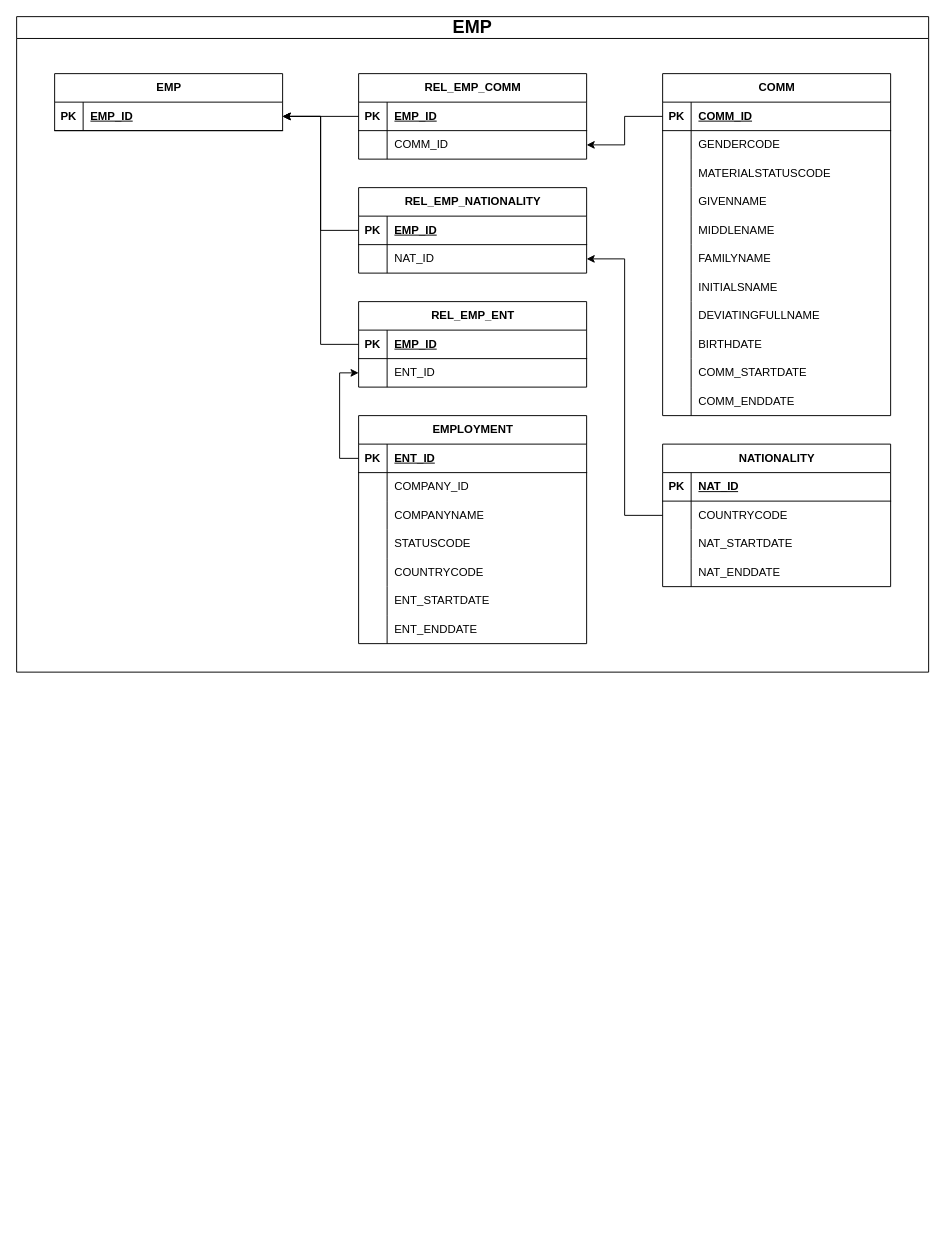
Before: page "DDS by EMP" (3 of 3) of HR_dataflow.drawio.xml in NEgorE/I1_CSC, a draw.io diagram. Source tidied: cells renumbered, new cells numbered last; positions are measured from the earlier drawing's top-left corner, leaving out a move shared by most shapes. Both pictures are drawn from the tidied source at 95%, with x=0, y=0 at pixel (16, 16).
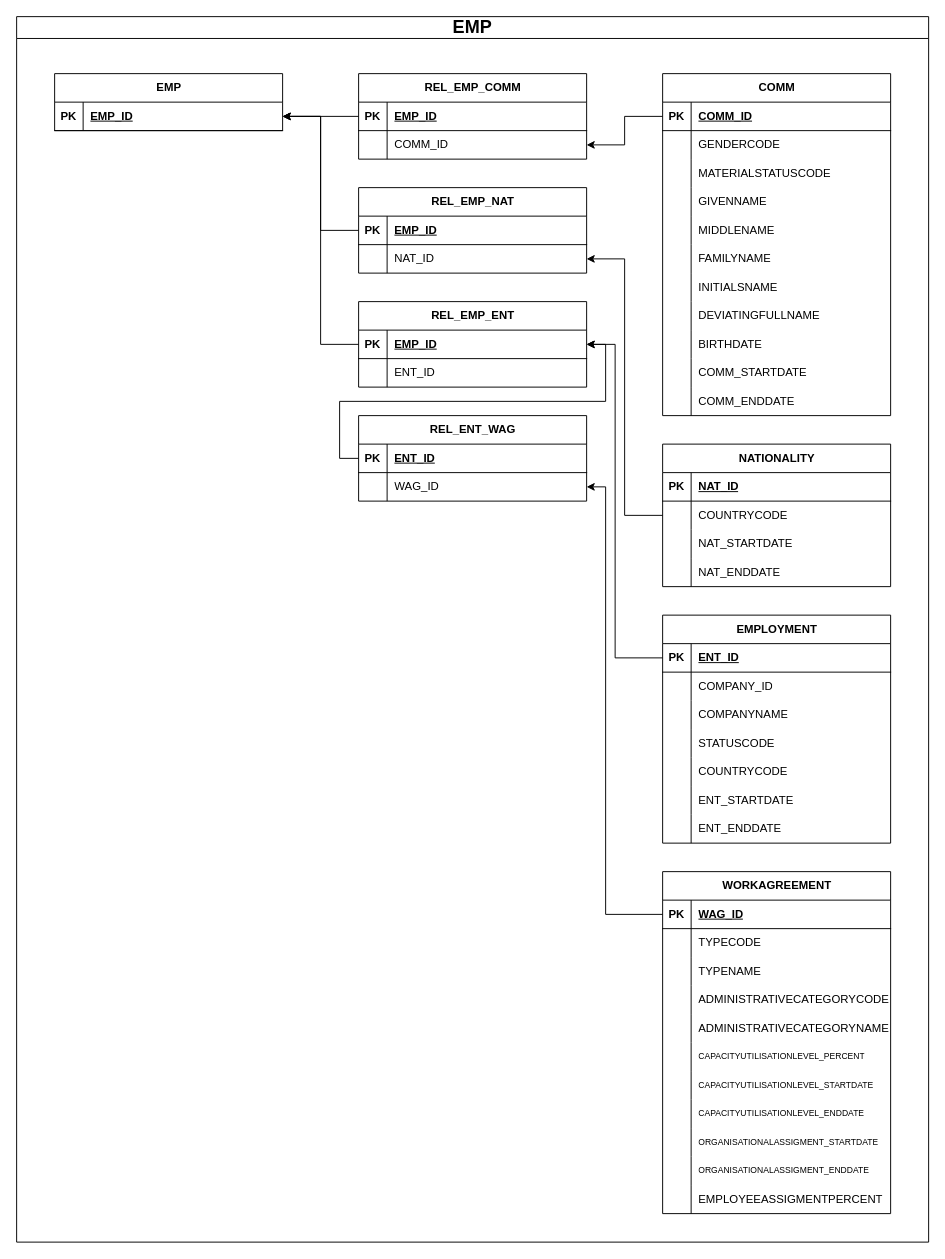
Above is the later version.

Unchanged cells that the change refers to:
```xml
<mxCell id="58" style="shape=tableRow;horizontal=0;startSize=0;swimlaneHead=0;swimlaneBody=0;fillColor=none;points=[[0,0.5],[1,0.5]];portConstraint=eastwest;top=0;left=0;right=0;bottom=1;" parent="57" vertex="1">
  <mxGeometry y="30" width="240" height="30" as="geometry" />
</mxCell>
<mxCell id="61" style="shape=tableRow;horizontal=0;startSize=0;swimlaneHead=0;swimlaneBody=0;fillColor=none;points=[[0,0.5],[1,0.5]];portConstraint=eastwest;top=0;left=0;right=0;bottom=0;" parent="57" vertex="1">
  <mxGeometry y="60" width="240" height="30" as="geometry" />
</mxCell>
<mxCell id="81" style="shape=tableRow;horizontal=0;startSize=0;swimlaneHead=0;swimlaneBody=0;fillColor=none;points=[[0,0.5],[1,0.5]];portConstraint=eastwest;top=0;left=0;right=0;bottom=1;" parent="80" vertex="1">
  <mxGeometry y="30" width="240" height="30" as="geometry" />
</mxCell>
```

Change to the diagram source:
```diff
@@
     <mxCell id="2" value="EMP" style="swimlane;whiteSpace=wrap;html=1;fontSize=19;" parent="1" vertex="1">
-      <mxGeometry width="960" height="690" as="geometry" />
+      <mxGeometry width="960" height="1290" as="geometry" />
     </mxCell>
@@
-    <mxCell id="49" value="REL_EMP_NATIONALITY" style="shape=table;startSize=30;childLayout=tableLayout;rowLines=0;fontStyle=1;align=center;html=1;" parent="2" vertex="1">
+    <mxCell id="49" value="REL_EMP_NAT" style="shape=table;startSize=30;childLayout=tableLayout;rowLines=0;fontStyle=1;align=center;html=1;" parent="2" vertex="1">
       <mxGeometry x="360" y="180" width="240" height="90" as="geometry" />
     </mxCell>
@@
     <mxCell id="80" value="EMPLOYMENT" style="shape=table;startSize=30;childLayout=tableLayout;rowLines=0;fontStyle=1;align=center;html=1;" parent="2" vertex="1">
-      <mxGeometry x="360" y="420" width="240" height="240" as="geometry" />
+      <mxGeometry x="680" y="630" width="240" height="240" as="geometry" />
     </mxCell>
@@
-    <mxCell id="102" style="edgeStyle=orthogonalEdgeStyle;rounded=0;jettySize=auto;html=1;entryX=0;entryY=0.5;entryDx=0;entryDy=0;" parent="2" edge="1" source="81" target="61">
-      <mxGeometry relative="1" as="geometry" />
-    </mxCell>
+    <mxCell id="103" value="REL_ENT_WAG" style="shape=table;startSize=30;childLayout=tableLayout;rowLines=0;fontStyle=1;align=center;html=1;" parent="2" vertex="1">
+      <mxGeometry x="360" y="420" width="240" height="90" as="geometry" />
+    </mxCell>
+    <mxCell id="104" style="shape=tableRow;horizontal=0;startSize=0;swimlaneHead=0;swimlaneBody=0;fillColor=none;points=[[0,0.5],[1,0.5]];portConstraint=eastwest;top=0;left=0;right=0;bottom=1;" parent="103" vertex="1">
+      <mxGeometry y="30" width="240" height="30" as="geometry" />
+    </mxCell>
+    <mxCell id="105" value="PK" style="shape=partialRectangle;fillColor=none;top=0;left=0;bottom=0;right=0;fontStyle=1;overflow=hidden;whiteSpace=wrap;html=1;" parent="104" vertex="1">
+      <mxGeometry width="30" height="30" as="geometry" />
+    </mxCell>
+    <mxCell id="106" value="ENT_ID" style="shape=partialRectangle;fillColor=none;top=0;left=0;bottom=0;right=0;align=left;spacingLeft=6;fontStyle=5;overflow=hidden;whiteSpace=wrap;html=1;" parent="104" vertex="1">
+      <mxGeometry x="30" width="210" height="30" as="geometry" />
+    </mxCell>
+    <mxCell id="107" style="shape=tableRow;horizontal=0;startSize=0;swimlaneHead=0;swimlaneBody=0;fillColor=none;points=[[0,0.5],[1,0.5]];portConstraint=eastwest;top=0;left=0;right=0;bottom=0;" parent="103" vertex="1">
+      <mxGeometry y="60" width="240" height="30" as="geometry" />
+    </mxCell>
+    <mxCell id="108" style="shape=partialRectangle;fillColor=none;top=0;left=0;bottom=0;right=0;overflow=hidden;whiteSpace=wrap;html=1;" parent="107" vertex="1">
+      <mxGeometry width="30" height="30" as="geometry" />
+    </mxCell>
+    <mxCell id="109" value="WAG_ID" style="shape=partialRectangle;fillColor=none;top=0;left=0;bottom=0;right=0;align=left;spacingLeft=6;overflow=hidden;whiteSpace=wrap;html=1;" parent="107" vertex="1">
+      <mxGeometry x="30" width="210" height="30" as="geometry" />
+    </mxCell>
+    <mxCell id="110" style="edgeStyle=orthogonalEdgeStyle;rounded=0;jettySize=auto;html=1;entryX=1;entryY=0.5;entryDx=0;entryDy=0;" parent="2" edge="1" source="104" target="58">
+      <mxGeometry relative="1" as="geometry" />
+    </mxCell>
+    <mxCell id="111" style="edgeStyle=orthogonalEdgeStyle;rounded=0;jettySize=auto;html=1;entryX=1;entryY=0.5;entryDx=0;entryDy=0;" parent="2" edge="1" source="81" target="58">
+      <mxGeometry relative="1" as="geometry">
+        <Array as="points">
+          <mxPoint x="630" y="675" />
+          <mxPoint x="630" y="345" />
+        </Array>
+      </mxGeometry>
+    </mxCell>
+    <mxCell id="112" value="WORKAGREEMENT" style="shape=table;startSize=30;childLayout=tableLayout;rowLines=0;fontStyle=1;align=center;html=1;" parent="1" vertex="1">
+      <mxGeometry x="680" y="900" width="240" height="360" as="geometry" />
+    </mxCell>
+    <mxCell id="113" style="shape=tableRow;horizontal=0;startSize=0;swimlaneHead=0;swimlaneBody=0;fillColor=none;points=[[0,0.5],[1,0.5]];portConstraint=eastwest;top=0;left=0;right=0;bottom=1;" parent="112" vertex="1">
+      <mxGeometry y="30" width="240" height="30" as="geometry" />
+    </mxCell>
+    <mxCell id="114" value="PK" style="shape=partialRectangle;fillColor=none;top=0;left=0;bottom=0;right=0;fontStyle=1;overflow=hidden;whiteSpace=wrap;html=1;" parent="113" vertex="1">
+      <mxGeometry width="30" height="30" as="geometry" />
+    </mxCell>
+    <mxCell id="115" value="WAG_ID" style="shape=partialRectangle;fillColor=none;top=0;left=0;bottom=0;right=0;align=left;spacingLeft=6;fontStyle=5;overflow=hidden;whiteSpace=wrap;html=1;" parent="113" vertex="1">
+      <mxGeometry x="30" width="210" height="30" as="geometry" />
+    </mxCell>
+    <mxCell id="116" style="shape=tableRow;horizontal=0;startSize=0;swimlaneHead=0;swimlaneBody=0;fillColor=none;top=0;left=0;right=0;bottom=0;" parent="112" vertex="1">
+      <mxGeometry y="60" width="240" height="30" as="geometry" />
+    </mxCell>
+    <mxCell id="117" style="shape=partialRectangle;fillColor=none;top=0;left=0;bottom=0;right=0;overflow=hidden;whiteSpace=wrap;html=1;" parent="116" vertex="1">
+      <mxGeometry width="30" height="30" as="geometry" />
+    </mxCell>
+    <mxCell id="118" value="TYPECODE" style="shape=partialRectangle;fillColor=none;top=0;left=0;bottom=0;right=0;align=left;spacingLeft=6;overflow=hidden;whiteSpace=wrap;html=1;" parent="116" vertex="1">
+      <mxGeometry x="30" width="210" height="30" as="geometry" />
+    </mxCell>
+    <mxCell id="119" style="shape=tableRow;horizontal=0;startSize=0;swimlaneHead=0;swimlaneBody=0;fillColor=none;top=0;left=0;right=0;bottom=0;" parent="112" vertex="1">
+      <mxGeometry y="90" width="240" height="30" as="geometry" />
+    </mxCell>
+    <mxCell id="120" style="shape=partialRectangle;fillColor=none;top=0;left=0;bottom=0;right=0;overflow=hidden;whiteSpace=wrap;html=1;" parent="119" vertex="1">
+      <mxGeometry width="30" height="30" as="geometry" />
+    </mxCell>
+    <mxCell id="121" value="TYPENAME" style="shape=partialRectangle;fillColor=none;top=0;left=0;bottom=0;right=0;align=left;spacingLeft=6;overflow=hidden;whiteSpace=wrap;html=1;" parent="119" vertex="1">
+      <mxGeometry x="30" width="210" height="30" as="geometry" />
+    </mxCell>
+    <mxCell id="122" style="shape=tableRow;horizontal=0;startSize=0;swimlaneHead=0;swimlaneBody=0;fillColor=none;top=0;left=0;right=0;bottom=0;" parent="112" vertex="1">
+      <mxGeometry y="120" width="240" height="30" as="geometry" />
+    </mxCell>
+    <mxCell id="123" style="shape=partialRectangle;fillColor=none;top=0;left=0;bottom=0;right=0;overflow=hidden;whiteSpace=wrap;html=1;" parent="122" vertex="1">
+      <mxGeometry width="30" height="30" as="geometry" />
+    </mxCell>
+    <mxCell id="124" value="ADMINISTRATIVECATEGORYCODE" style="shape=partialRectangle;fillColor=none;top=0;left=0;bottom=0;right=0;align=left;spacingLeft=6;overflow=hidden;whiteSpace=wrap;html=1;" parent="122" vertex="1">
+      <mxGeometry x="30" width="210" height="30" as="geometry" />
+    </mxCell>
+    <mxCell id="125" style="shape=tableRow;horizontal=0;startSize=0;swimlaneHead=0;swimlaneBody=0;fillColor=none;top=0;left=0;right=0;bottom=0;" parent="112" vertex="1">
+      <mxGeometry y="150" width="240" height="30" as="geometry" />
+    </mxCell>
+    <mxCell id="126" style="shape=partialRectangle;fillColor=none;top=0;left=0;bottom=0;right=0;overflow=hidden;whiteSpace=wrap;html=1;" parent="125" vertex="1">
+      <mxGeometry width="30" height="30" as="geometry" />
+    </mxCell>
+    <mxCell id="127" value="ADMINISTRATIVECATEGORYNAME" style="shape=partialRectangle;fillColor=none;top=0;left=0;bottom=0;right=0;align=left;spacingLeft=6;overflow=hidden;whiteSpace=wrap;html=1;" parent="125" vertex="1">
+      <mxGeometry x="30" width="210" height="30" as="geometry" />
+    </mxCell>
+    <mxCell id="128" style="shape=tableRow;horizontal=0;startSize=0;swimlaneHead=0;swimlaneBody=0;fillColor=none;top=0;left=0;right=0;bottom=0;" parent="112" vertex="1">
+      <mxGeometry y="180" width="240" height="30" as="geometry" />
+    </mxCell>
+    <mxCell id="129" style="shape=partialRectangle;fillColor=none;top=0;left=0;bottom=0;right=0;overflow=hidden;whiteSpace=wrap;html=1;" parent="128" vertex="1">
+      <mxGeometry width="30" height="30" as="geometry" />
+    </mxCell>
+    <mxCell id="130" value="CAPACITYUTILISATIONLEVEL_PERCENT" style="shape=partialRectangle;fillColor=none;top=0;left=0;bottom=0;right=0;align=left;spacingLeft=6;overflow=hidden;whiteSpace=wrap;html=1;fontSize=9;" parent="128" vertex="1">
+      <mxGeometry x="30" width="210" height="30" as="geometry" />
+    </mxCell>
+    <mxCell id="131" style="shape=tableRow;horizontal=0;startSize=0;swimlaneHead=0;swimlaneBody=0;fillColor=none;top=0;left=0;right=0;bottom=0;" parent="112" vertex="1">
+      <mxGeometry y="210" width="240" height="30" as="geometry" />
+    </mxCell>
+    <mxCell id="132" style="shape=partialRectangle;fillColor=none;top=0;left=0;bottom=0;right=0;overflow=hidden;whiteSpace=wrap;html=1;" parent="131" vertex="1">
+      <mxGeometry width="30" height="30" as="geometry" />
+    </mxCell>
+    <mxCell id="133" value="CAPACITYUTILISATIONLEVEL_STARTDATE" style="shape=partialRectangle;fillColor=none;top=0;left=0;bottom=0;right=0;align=left;spacingLeft=6;overflow=hidden;whiteSpace=wrap;html=1;fontSize=9;" parent="131" vertex="1">
+      <mxGeometry x="30" width="210" height="30" as="geometry" />
+    </mxCell>
+    <mxCell id="134" style="shape=tableRow;horizontal=0;startSize=0;swimlaneHead=0;swimlaneBody=0;fillColor=none;top=0;left=0;right=0;bottom=0;" parent="112" vertex="1">
+      <mxGeometry y="240" width="240" height="30" as="geometry" />
+    </mxCell>
+    <mxCell id="135" style="shape=partialRectangle;fillColor=none;top=0;left=0;bottom=0;right=0;overflow=hidden;whiteSpace=wrap;html=1;" parent="134" vertex="1">
+      <mxGeometry width="30" height="30" as="geometry" />
+    </mxCell>
+    <mxCell id="136" value="CAPACITYUTILISATIONLEVEL_ENDDATE" style="shape=partialRectangle;fillColor=none;top=0;left=0;bottom=0;right=0;align=left;spacingLeft=6;overflow=hidden;whiteSpace=wrap;html=1;fontSize=9;" parent="134" vertex="1">
+      <mxGeometry x="30" width="210" height="30" as="geometry" />
+    </mxCell>
+    <mxCell id="137" style="shape=tableRow;horizontal=0;startSize=0;swimlaneHead=0;swimlaneBody=0;fillColor=none;top=0;left=0;right=0;bottom=0;" parent="112" vertex="1">
+      <mxGeometry y="270" width="240" height="30" as="geometry" />
+    </mxCell>
+    <mxCell id="138" style="shape=partialRectangle;fillColor=none;top=0;left=0;bottom=0;right=0;overflow=hidden;whiteSpace=wrap;html=1;" parent="137" vertex="1">
+      <mxGeometry width="30" height="30" as="geometry" />
+    </mxCell>
+    <mxCell id="139" value="ORGANISATIONALASSIGMENT_STARTDATE" style="shape=partialRectangle;fillColor=none;top=0;left=0;bottom=0;right=0;align=left;spacingLeft=6;overflow=hidden;whiteSpace=wrap;html=1;fontSize=9;" parent="137" vertex="1">
+      <mxGeometry x="30" width="210" height="30" as="geometry" />
+    </mxCell>
+    <mxCell id="140" style="shape=tableRow;horizontal=0;startSize=0;swimlaneHead=0;swimlaneBody=0;fillColor=none;top=0;left=0;right=0;bottom=0;" parent="112" vertex="1">
+      <mxGeometry y="300" width="240" height="30" as="geometry" />
+    </mxCell>
+    <mxCell id="141" style="shape=partialRectangle;fillColor=none;top=0;left=0;bottom=0;right=0;overflow=hidden;whiteSpace=wrap;html=1;" parent="140" vertex="1">
+      <mxGeometry width="30" height="30" as="geometry" />
+    </mxCell>
+    <mxCell id="142" value="ORGANISATIONALASSIGMENT_ENDDATE" style="shape=partialRectangle;fillColor=none;top=0;left=0;bottom=0;right=0;align=left;spacingLeft=6;overflow=hidden;whiteSpace=wrap;html=1;fontSize=9;" parent="140" vertex="1">
+      <mxGeometry x="30" width="210" height="30" as="geometry" />
+    </mxCell>
+    <mxCell id="143" style="shape=tableRow;horizontal=0;startSize=0;swimlaneHead=0;swimlaneBody=0;fillColor=none;top=0;left=0;right=0;bottom=0;" parent="112" vertex="1">
+      <mxGeometry y="330" width="240" height="30" as="geometry" />
+    </mxCell>
+    <mxCell id="144" style="shape=partialRectangle;fillColor=none;top=0;left=0;bottom=0;right=0;overflow=hidden;whiteSpace=wrap;html=1;" parent="143" vertex="1">
+      <mxGeometry width="30" height="30" as="geometry" />
+    </mxCell>
+    <mxCell id="145" value="EMPLOYEEASSIGMENTPERCENT" style="shape=partialRectangle;fillColor=none;top=0;left=0;bottom=0;right=0;align=left;spacingLeft=6;overflow=hidden;whiteSpace=wrap;html=1;" parent="143" vertex="1">
+      <mxGeometry x="30" width="210" height="30" as="geometry" />
+    </mxCell>
+    <mxCell id="146" style="edgeStyle=orthogonalEdgeStyle;rounded=0;jettySize=auto;html=1;" parent="1" edge="1" source="113" target="107">
+      <mxGeometry relative="1" as="geometry">
+        <Array as="points">
+          <mxPoint x="620" y="945" />
+          <mxPoint x="620" y="495" />
+        </Array>
+      </mxGeometry>
+    </mxCell>
```
